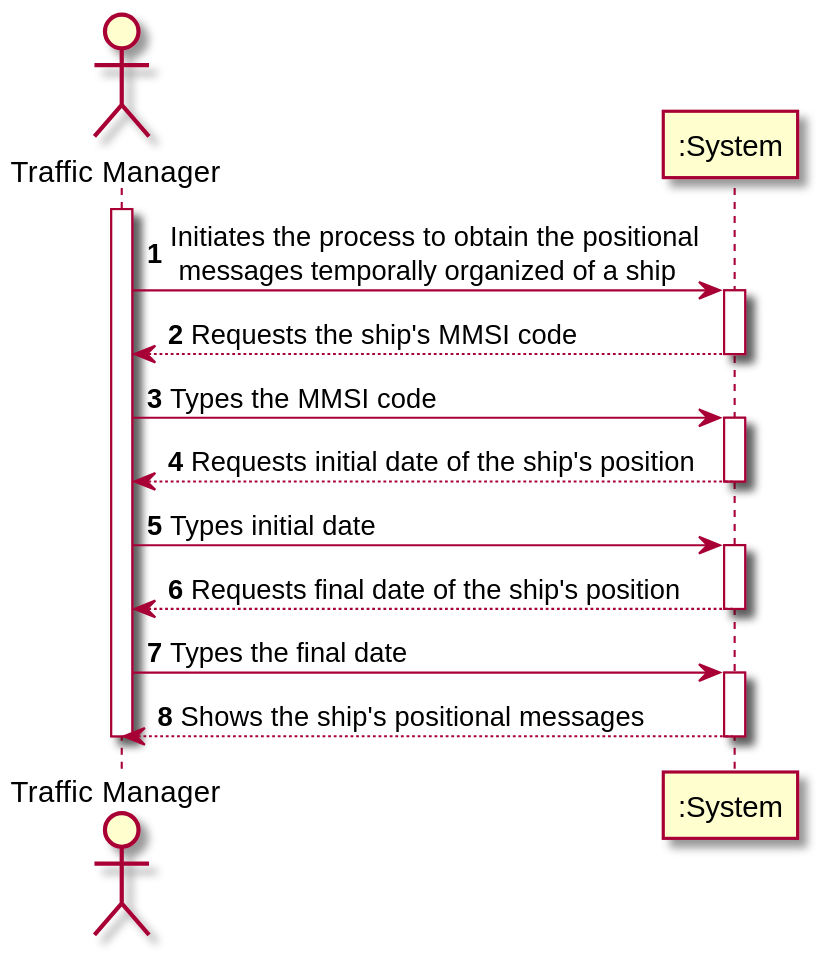
The PlantUML diagram docs/US103/US103_SSD.svg in 0franciscor/lapr3-2021-g042, before a commit.
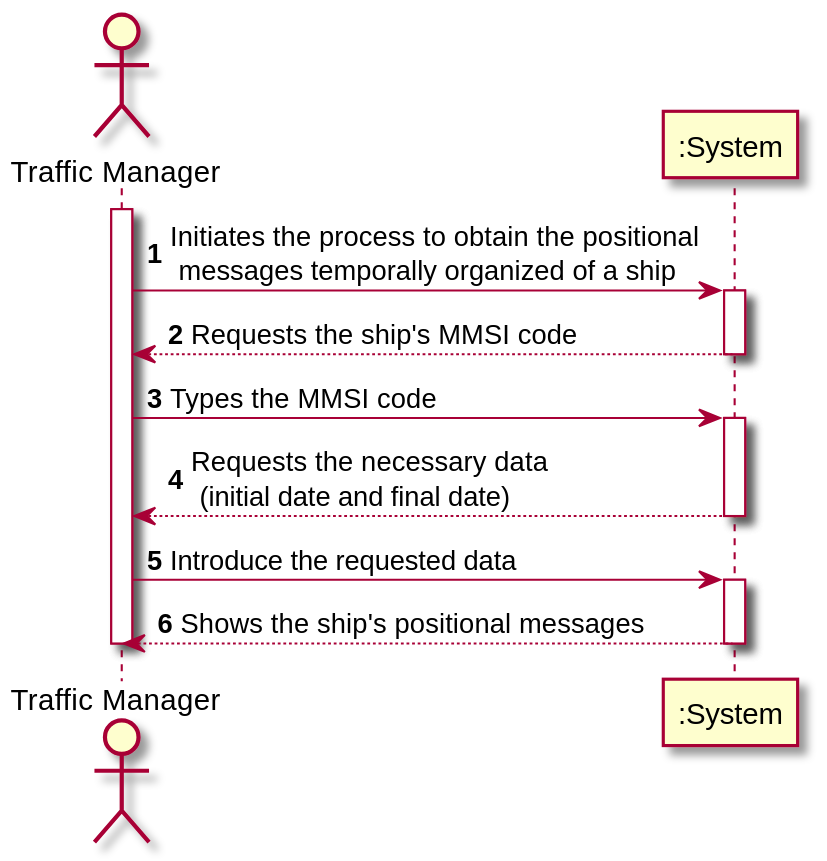
After the commit.

The edit, as a diff of the source:
```diff
@@ -11,13 +11,9 @@
 deactivate ":System"
 TM -> ":System" : Types the MMSI code
 activate ":System"
-":System" --> TM : Requests initial date of the ship's position
+":System" --> TM : Requests the necessary data \n (initial date and final date)
 deactivate ":System"
-TM -> ":System" : Types initial date
-activate ":System"
-":System" --> TM : Requests final date of the ship's position
-deactivate ":System"
-TM -> ":System" : Types the final date
+TM -> ":System" : Introduce the requested data
 activate ":System"
 ":System" --> TM : Shows the ship's positional messages
 deactivate ":System"
```
